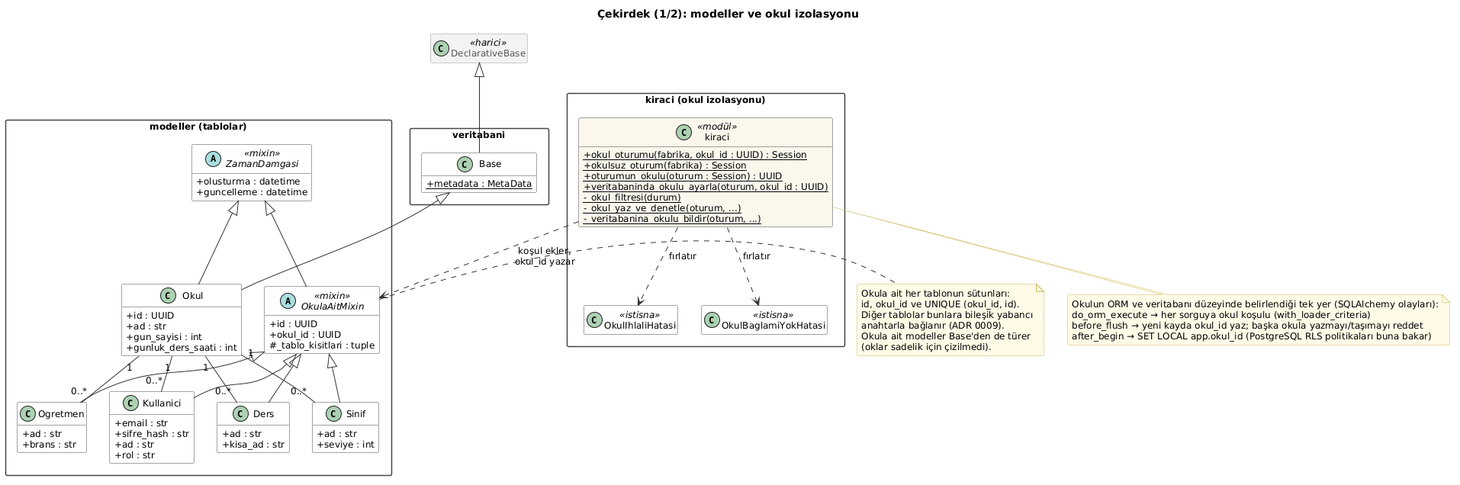
yusuf-aycicek/cizelge keeps this PlantUML diagram as docs/diyagramlar/cikti/02-cekirdek-modeller.png. Above is the earlier version. Source of this version:
```plantuml
@startuml 02-cekirdek-modeller
!include _stil.iuml
title Çekirdek (1/2): modeller ve okul izolasyonu
hide empty members


class DeclarativeBase <<harici>>

package "veritabani" {
  class Base {
    {static} +metadata : MetaData
  }
}

package "modeller (tablolar)" {
  abstract class ZamanDamgasi <<mixin>> {
    +olusturma : datetime
    +guncelleme : datetime
  }
  class Okul {
    +id : UUID
    +ad : str
    +gun_sayisi : int
    +gunluk_ders_saati : int
  }
  abstract class OkulaAitMixin <<mixin>> {
    +id : UUID
    +okul_id : UUID
    #_tablo_kisitlari : tuple
  }
  class Kullanici {
    +email : str
    +sifre_hash : str
    +ad : str
    +rol : str
  }
  class Ogretmen {
    +ad : str
    +brans : str
  }
  class Sinif {
    +ad : str
    +seviye : int
  }
  class Ders {
    +ad : str
    +kisa_ad : str
  }
}

package "kiraci (okul izolasyonu)" {
  class kiraci <<modül>> {
    {static} +okul_oturumu(fabrika, okul_id : UUID) : Session
    {static} +okulsuz_oturum(fabrika) : Session
    {static} +oturumun_okulu(oturum : Session) : UUID
    {static} +veritabaninda_okulu_ayarla(oturum, okul_id : UUID)
    {static} -_okul_filtresi(durum)
    {static} -_okul_yaz_ve_denetle(oturum, ...)
    {static} -_veritabanina_okulu_bildir(oturum, ...)
  }
  class OkulBaglamiYokHatasi <<istisna>>
  class OkulIhlaliHatasi <<istisna>>
}

DeclarativeBase <|-- Base
Base <|-- Okul
ZamanDamgasi <|-- Okul
ZamanDamgasi <|-- OkulaAitMixin
OkulaAitMixin <|-- Kullanici
OkulaAitMixin <|-- Ogretmen
OkulaAitMixin <|-- Sinif
OkulaAitMixin <|-- Ders

Okul "1" -- "0..*" Kullanici
Okul "1" -- "0..*" Ogretmen
Okul "1" -- "0..*" Sinif
Okul "1" -- "0..*" Ders

kiraci ..> OkulaAitMixin : koşul ekler,\nokul_id yazar
kiraci ..> OkulBaglamiYokHatasi : fırlatır
kiraci ..> OkulIhlaliHatasi : fırlatır

note right of OkulaAitMixin
  Okula ait her tablonun sütunları:
  id, okul_id ve UNIQUE (okul_id, id).
  Diğer tablolar bunlara bileşik yabancı
  anahtarla bağlanır (ADR 0009).
  Okula ait modeller Base'den de türer
  (oklar sadelik için çizilmedi).
end note

note bottom of kiraci
  Okulun ORM ve veritabanı düzeyinde belirlendiği tek yer (SQLAlchemy olayları):
  do_orm_execute → her sorguya okul koşulu (with_loader_criteria)
  before_flush → yeni kayda okul_id yaz; başka okula yazmayı/taşımayı reddet
  after_begin → SET LOCAL app.okul_id (PostgreSQL RLS politikaları buna bakar)
end note
@enduml
```
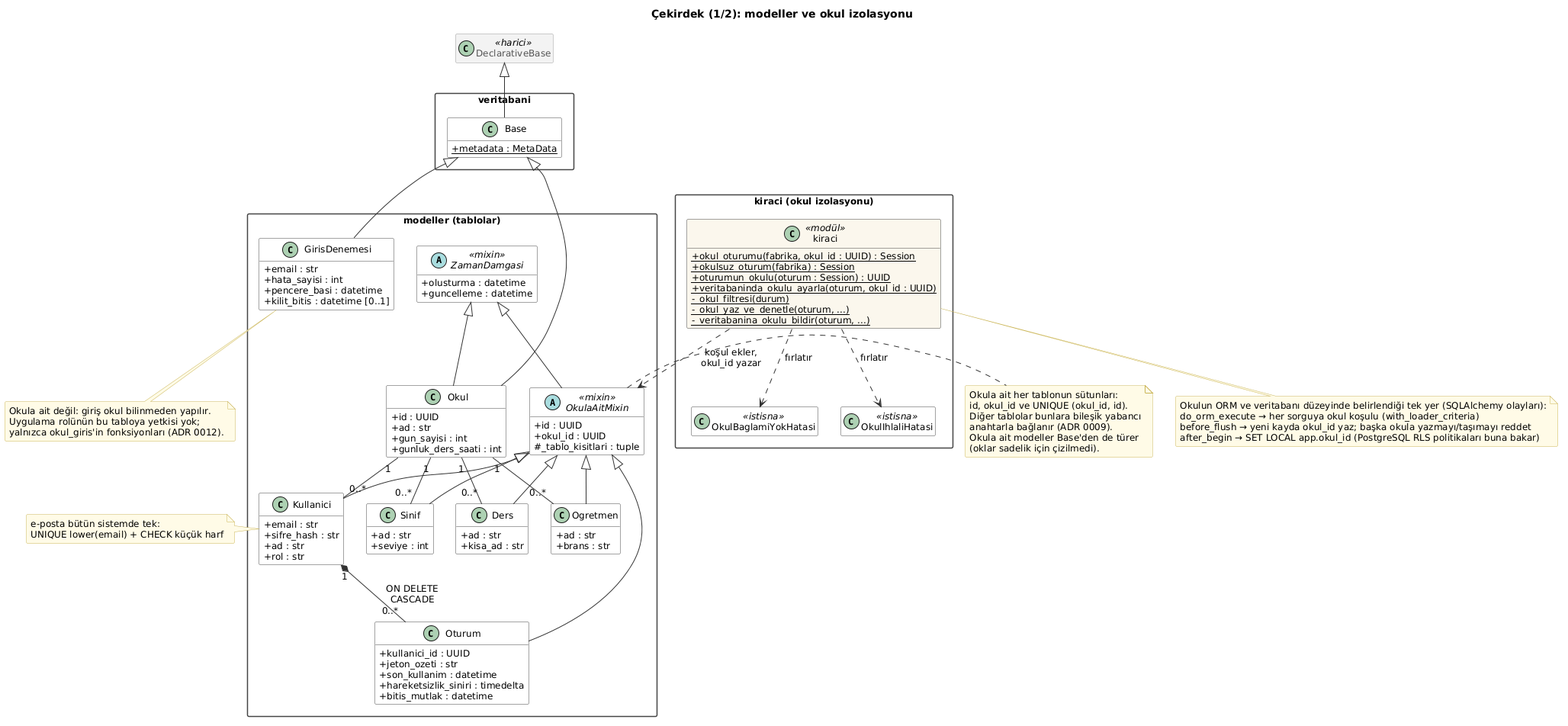
The same file after the commit.

The edit, as a diff of the source:
```diff
@@ -46,6 +46,19 @@
     +ad : str
     +kisa_ad : str
   }
+  class Oturum {
+    +kullanici_id : UUID
+    +jeton_ozeti : str
+    +son_kullanim : datetime
+    +hareketsizlik_siniri : timedelta
+    +bitis_mutlak : datetime
+  }
+  class GirisDenemesi {
+    +email : str
+    +hata_sayisi : int
+    +pencere_basi : datetime
+    +kilit_bitis : datetime [0..1]
+  }
 }
 
 package "kiraci (okul izolasyonu)" {
@@ -70,6 +83,9 @@
 OkulaAitMixin <|-- Ogretmen
 OkulaAitMixin <|-- Sinif
 OkulaAitMixin <|-- Ders
+OkulaAitMixin <|-- Oturum
+Base <|-- GirisDenemesi
+Kullanici "1" *-- "0..*" Oturum : ON DELETE\nCASCADE
 
 Okul "1" -- "0..*" Kullanici
 Okul "1" -- "0..*" Ogretmen
@@ -79,6 +95,17 @@
 kiraci ..> OkulaAitMixin : koşul ekler,\nokul_id yazar
 kiraci ..> OkulBaglamiYokHatasi : fırlatır
 kiraci ..> OkulIhlaliHatasi : fırlatır
+
+note bottom of GirisDenemesi
+  Okula ait değil: giriş okul bilinmeden yapılır.
+  Uygulama rolünün bu tabloya yetkisi yok;
+  yalnızca okul_giris'in fonksiyonları (ADR 0012).
+end note
+
+note left of Kullanici
+  e-posta bütün sistemde tek:
+  UNIQUE lower(email) + CHECK küçük harf
+end note
 
 note right of OkulaAitMixin
   Okula ait her tablonun sütunları:
```
